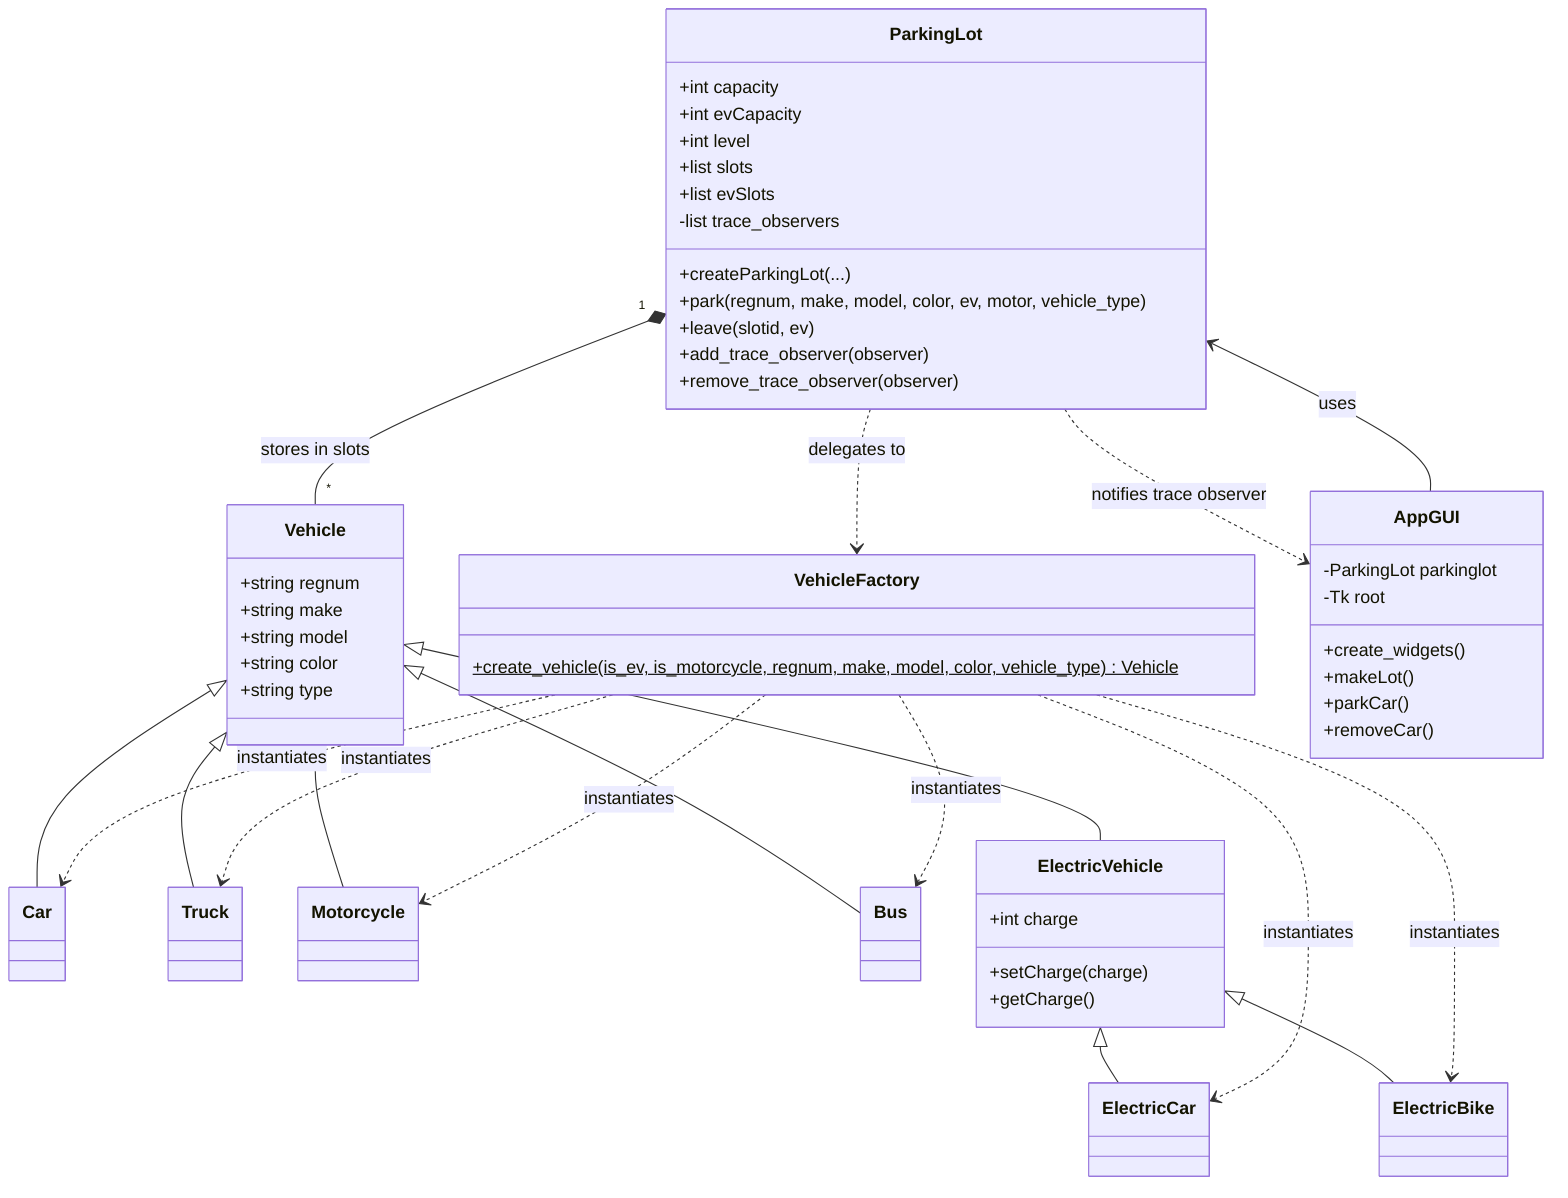
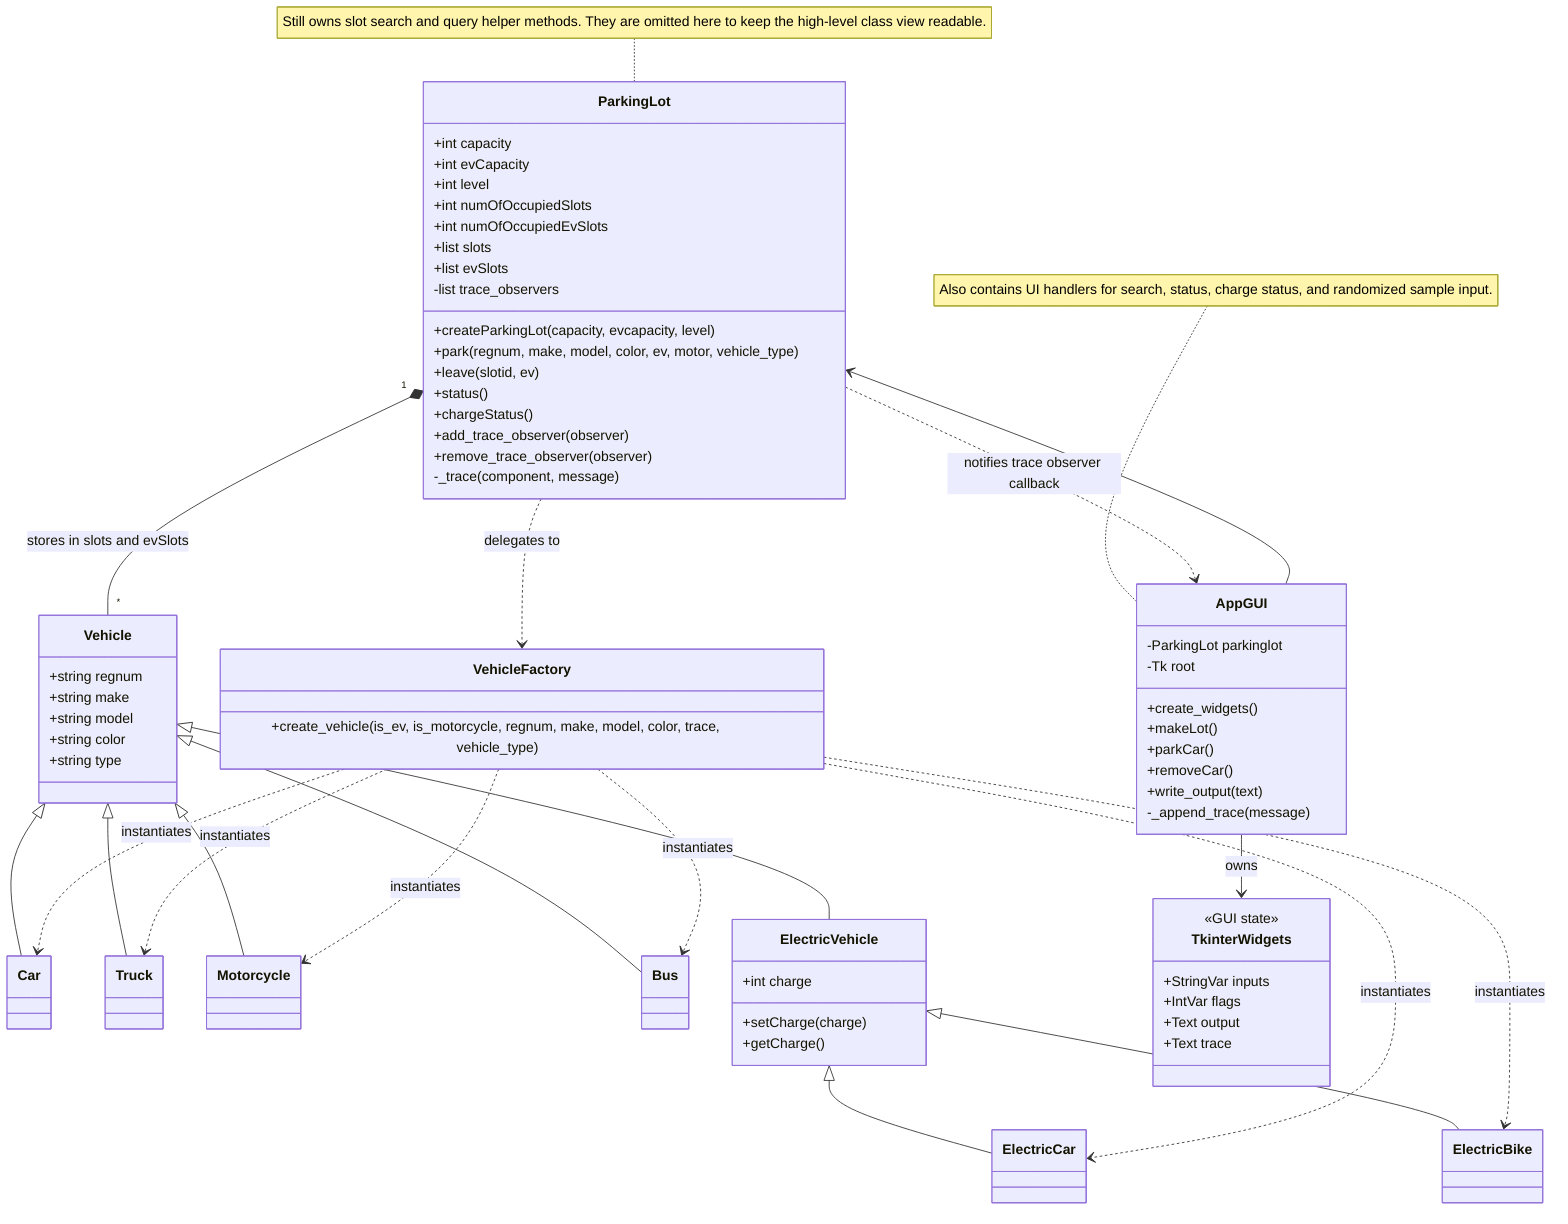
classDiagram
    class ParkingLot {
        +int capacity
        +int evCapacity
        +int level
+         +int numOfOccupiedSlots
+         +int numOfOccupiedEvSlots
        +list slots
        +list evSlots
        -list trace_observers
-         +createParkingLot(...)
+         +createParkingLot(capacity, evcapacity, level)
        +park(regnum, make, model, color, ev, motor, vehicle_type)
        +leave(slotid, ev)
+         +status()
+         +chargeStatus()
        +add_trace_observer(observer)
        +remove_trace_observer(observer)
+         -_trace(component, message)
    }
+     note for ParkingLot "Still owns slot search and query helper methods. They are omitted here to keep the high-level class view readable."

    class VehicleFactory {
-         +create_vehicle(is_ev, is_motorcycle, regnum, make, model, color, vehicle_type)$ Vehicle
+         +create_vehicle(is_ev, is_motorcycle, regnum, make, model, color, trace, vehicle_type)
    }

    class Vehicle {
        +string regnum
        +string make
        +string model
        +string color
        +string type
    }
    class Car
    class Truck
    class Motorcycle
    class Bus
    class ElectricVehicle {
        +int charge
        +setCharge(charge)
        +getCharge()
    }
    class ElectricCar
    class ElectricBike

    Vehicle <|-- Car
    Vehicle <|-- Truck
    Vehicle <|-- Motorcycle
    Vehicle <|-- Bus
    Vehicle <|-- ElectricVehicle
    ElectricVehicle <|-- ElectricCar
    ElectricVehicle <|-- ElectricBike

    ParkingLot ..> VehicleFactory : delegates to
    VehicleFactory ..> Car : instantiates
    VehicleFactory ..> Truck : instantiates
    VehicleFactory ..> Motorcycle : instantiates
    VehicleFactory ..> Bus : instantiates
    VehicleFactory ..> ElectricCar : instantiates
    VehicleFactory ..> ElectricBike : instantiates

-     ParkingLot "1" *-- "*" Vehicle : stores in slots
+     ParkingLot "1" *-- "*" Vehicle : stores in slots and evSlots

    class AppGUI {
        -ParkingLot parkinglot
        -Tk root
        +create_widgets()
        +makeLot()
        +parkCar()
        +removeCar()
+         +write_output(text)
+         -_append_trace(message)
+     }
+     note for AppGUI "Also contains UI handlers for search, status, charge status, and randomized sample input."
+     class TkinterWidgets {
+         <<GUI state>>
+         +StringVar inputs
+         +IntVar flags
+         +Text output
+         +Text trace
    }
    AppGUI --> ParkingLot : uses
-     ParkingLot ..> AppGUI : notifies trace observer
+     AppGUI --> TkinterWidgets : owns
+     ParkingLot ..> AppGUI : notifies trace observer callback
